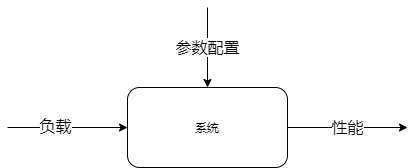
Before: system_under_test.png, a diagram exported from draw.io (craftsfish/design). Source tidied: cells renumbered, new cells last; positions are measured from the earlier drawing's top-left corner, leaving out a move shared by most shapes.
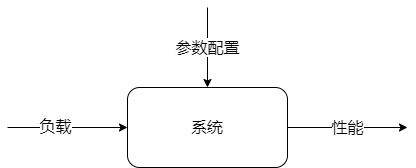
Later version of the same file.

The edit, as a diff of the source:
```diff
@@ -20,7 +20,7 @@
         <mxPoint x="400" y="120" as="targetPoint" />
       </mxGeometry>
     </mxCell>
-    <mxCell id="6" value="系统" style="rounded=1;whiteSpace=wrap;html=1;" parent="1" vertex="1">
+    <mxCell id="6" value="系统" style="rounded=1;whiteSpace=wrap;html=1;fontSize=16;" parent="1" vertex="1">
       <mxGeometry x="120" y="80" width="160" height="80" as="geometry" />
     </mxCell>
   </root>
```
